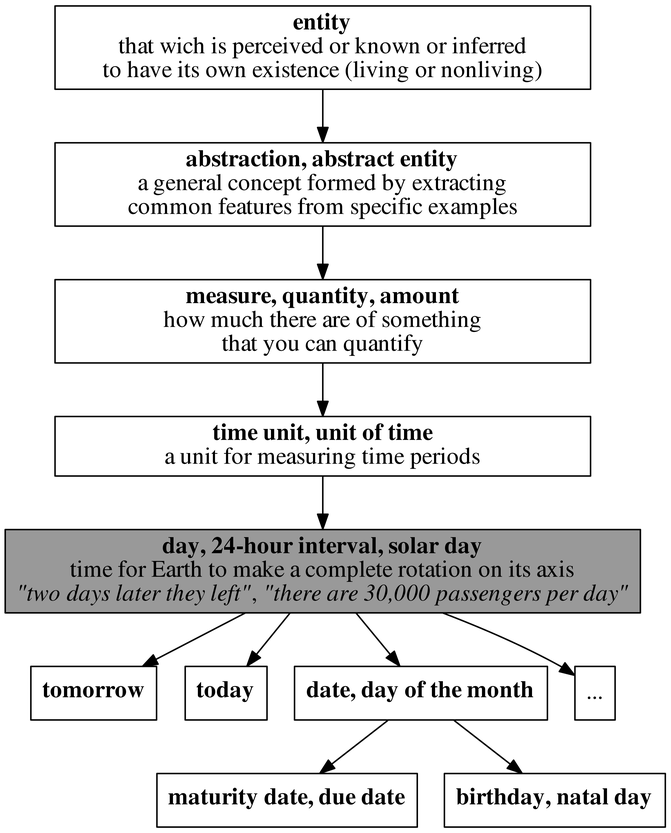
pquentin/thesis keeps this Graphviz diagram as fig/wordnet_hypernymy.png. Above is the earlier version. Its source is kept beside it as fig/wordnet_hypernymy.dot. Source of this version:
```dot
digraph G {
    size="10,20";
    dpi=400;
    node[shape=box, fontname="Nimbus Roman No9 L", width=5,fontsize=16];

    entity [label=<<b>entity</b><br/>that wich is perceived or known or inferred<br/>to have its own existence (living or nonliving)>];
    abstraction [label=<<b>abstraction, abstract entity</b><br/>a general concept formed by extracting<br/>common features from specific examples>];
    measure [label=<<b>measure, quantity, amount</b><br/>how much there are of something<br/>that you can quantify>];
    time [label=<<b>time unit, unit of time</b><br/>a unit for measuring time periods>];
    entity -> abstraction -> measure -> time -> day;

    day [label=<<b>day, 24-hour interval, solar day</b><br/>time for Earth to make a complete rotation on its axis<br/><i>"two days later they left"</i>, <i>"there are 30,000 passengers per day"</i>>, style=filled, fillcolor="#999999"];
    tomorrow [label=<<b>tomorrow</b>>,width=0];
    today [label=<<b>today</b>>, width=0];

    date [label=<<b>date, day of the month</b>>,width=0];
    due_date [label=<<b>maturity date, due date</b>>,width=0];
    birthday [label=<<b>birthday, natal day</b>>,width=0];
    day -> date;
    date -> due_date;
    date -> birthday;

    day -> tomorrow;
    day -> today;
    day -> other_day;
    other_day [label="...",width=0];
}
```
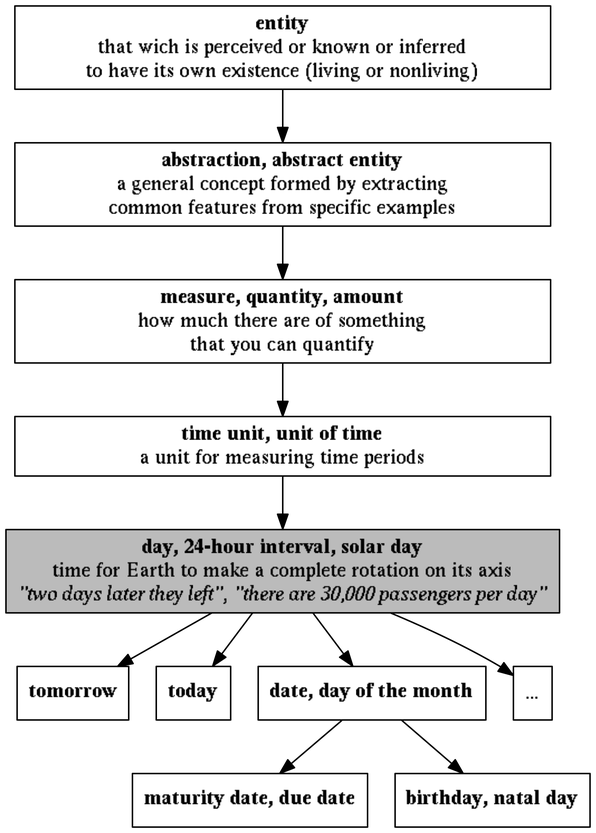
Above is the later version.

Commit message:
Improve figures legibility

The edit, as a diff of the source:
```diff
@@ -9,7 +9,7 @@
     time [label=<<b>time unit, unit of time</b><br/>a unit for measuring time periods>];
     entity -> abstraction -> measure -> time -> day;
 
-    day [label=<<b>day, 24-hour interval, solar day</b><br/>time for Earth to make a complete rotation on its axis<br/><i>"two days later they left"</i>, <i>"there are 30,000 passengers per day"</i>>, style=filled, fillcolor="#999999"];
+    day [label=<<b>day, 24-hour interval, solar day</b><br/>time for Earth to make a complete rotation on its axis<br/><i>"two days later they left"</i>, <i>"there are 30,000 passengers per day"</i>>, style=filled, fillcolor="#bbbbbb"];
     tomorrow [label=<<b>tomorrow</b>>,width=0];
     today [label=<<b>today</b>>, width=0];
 
```
